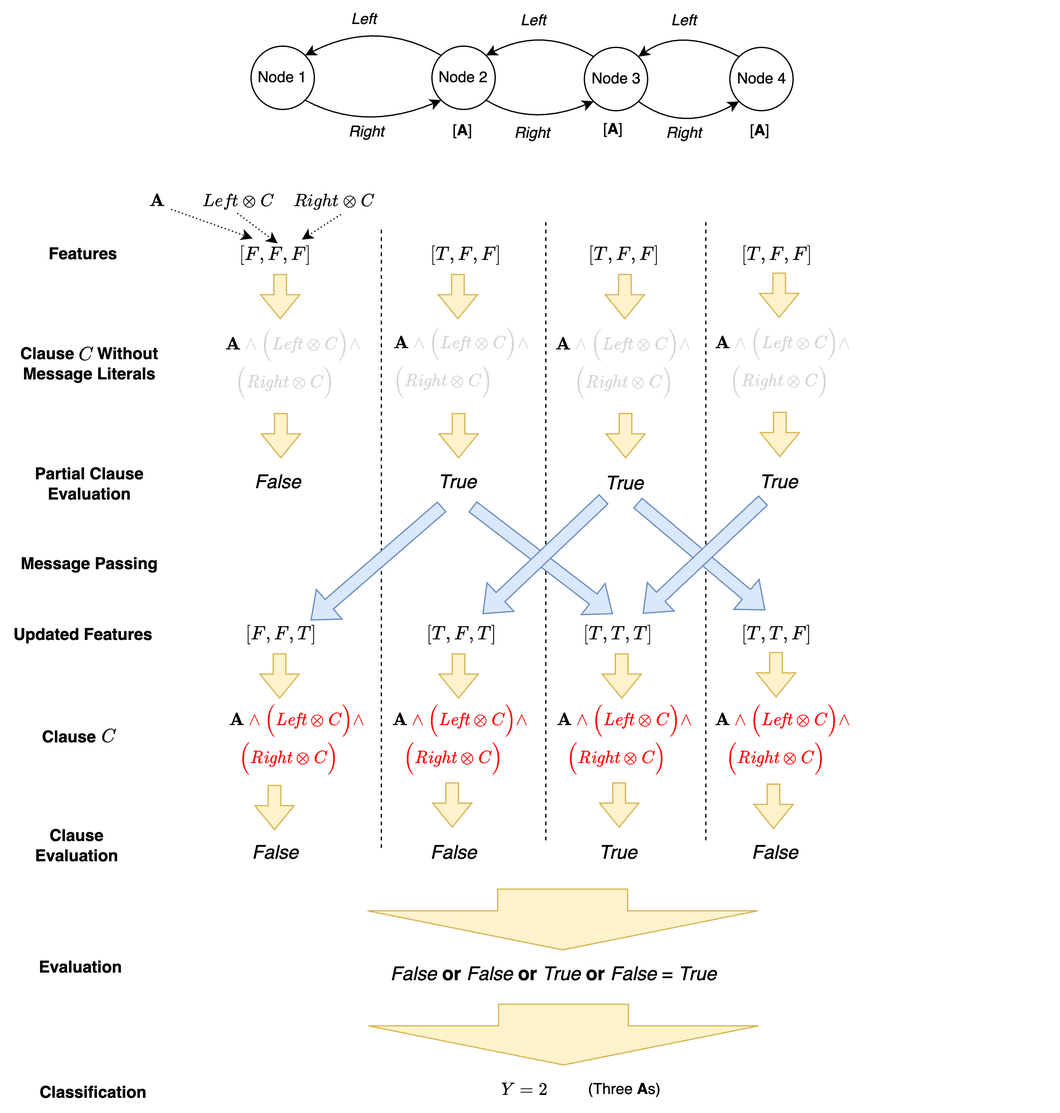
Above: figures/SequenceClassificationInference.png in cair/GraphTsetlinMachine (draw.io), before the change. Source tidied: cells renumbered, new cells last; positions are measured from the earlier drawing's top-left corner, leaving out a move shared by most shapes.
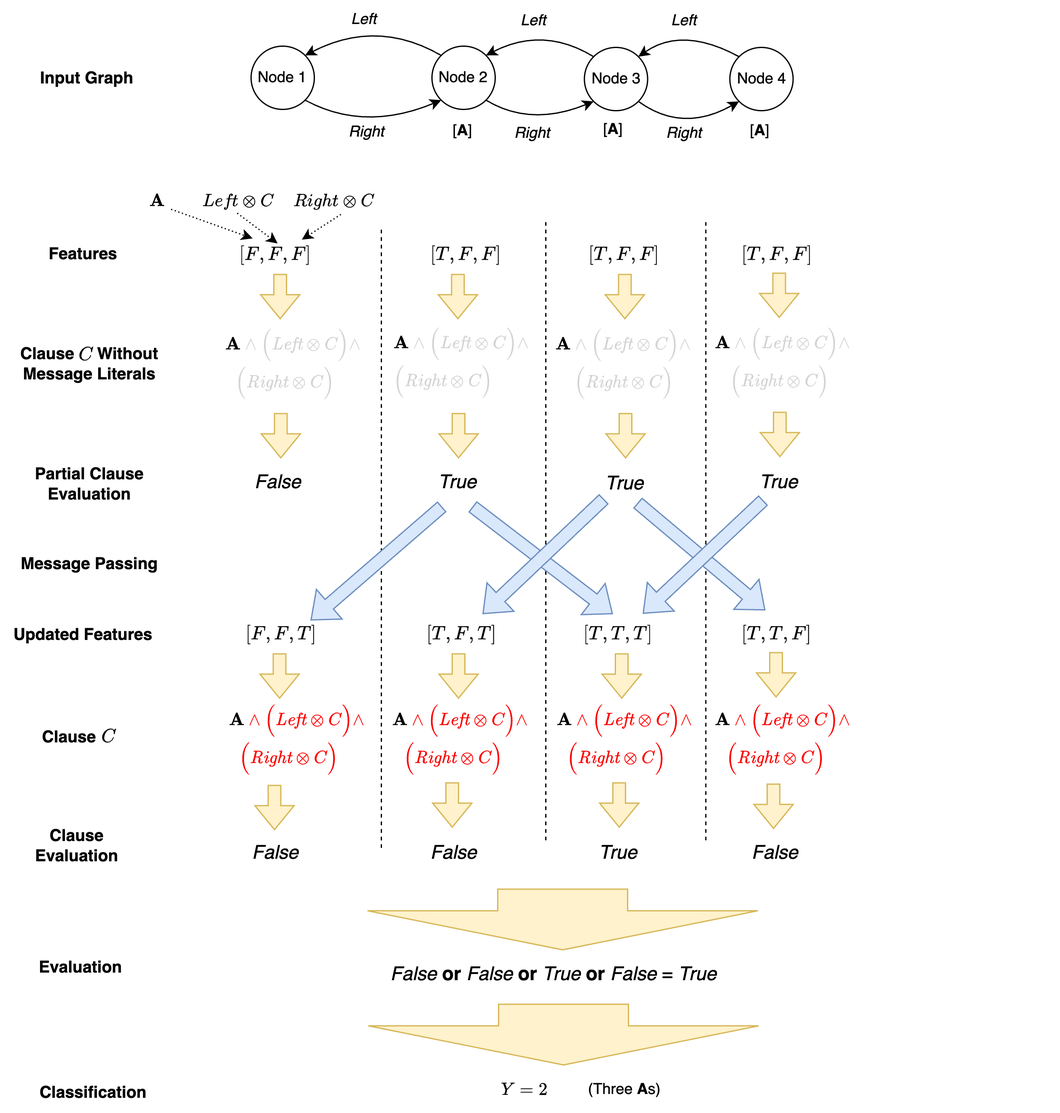
After the change.

Change to the diagram source:
```diff
@@ -401,5 +401,8 @@
         <mxPoint x="445" y="842" as="targetPoint" />
       </mxGeometry>
     </mxCell>
+    <mxCell id="100" value="&lt;b&gt;&lt;font style=&quot;font-size: 13px;&quot;&gt;Input Graph&lt;/font&gt;&lt;/b&gt;" style="text;html=1;align=center;verticalAlign=middle;strokeColor=none;fillColor=none;" parent="1" vertex="1">
+      <mxGeometry x="17.5" y="46" width="100" height="30" as="geometry" />
+    </mxCell>
   </root>
 </mxGraphModel>
```
